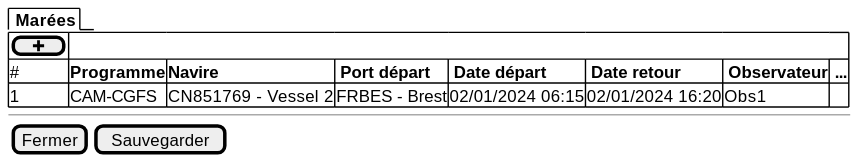
Above: projects/obsmer/spe/images/trips-table.svg in sumaris-net/sumaris-doc (PlantUML), before the change. Its source is kept beside it as projects/obsmer/spe/images/trips-table.puml.
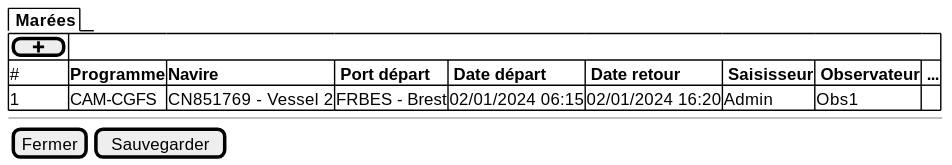
Above is the later version.

The edit, as a diff of the source:
```diff
@@ -6,8 +6,8 @@
 
 	{#
       [ <&plus> ]
-      # | <b>Programme     | <b>Navire   | <b> Port départ | <b> Date départ | <b> Date retour | <b> Observateur | <b> ...
-      1 | CAM-CGFS         | CN851769 - Vessel 2 | FRBES - Brest | 02/01/2024 06:15 | 02/01/2024 16:20 | Obs1 |
+      # | <b>Programme     | <b>Navire   | <b> Port départ | <b> Date départ | <b> Date retour | <b> Saisisseur |<b> Observateur | <b> ...
+      1 | CAM-CGFS         | CN851769 - Vessel 2 | FRBES - Brest | 02/01/2024 06:15 | 02/01/2024 16:20 | Admin | Obs1 |
     }
 
   --
```
